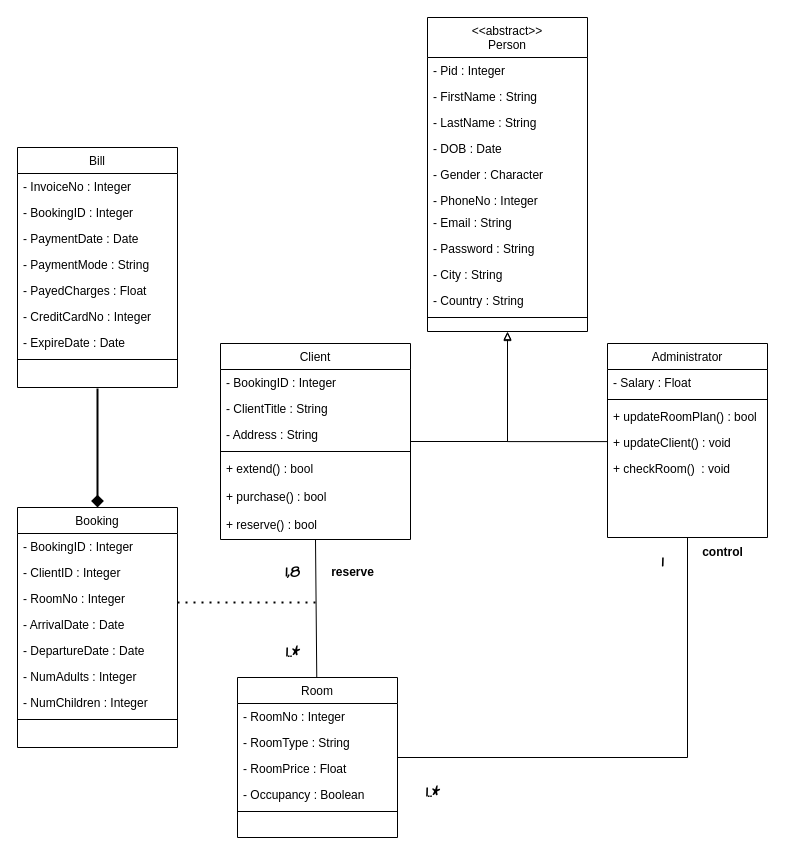
Earlier version of the draw.io diagram UML/HotelClassDiagram.drawio (ayman-gassi/Hotel-management). Source tidied: cells renumbered, new cells numbered last; positions are measured from the earlier drawing's top-left corner, leaving out a move shared by most shapes. Both pictures are drawn from the tidied source at 100%, with x=0, y=0 at pixel (17, 17).
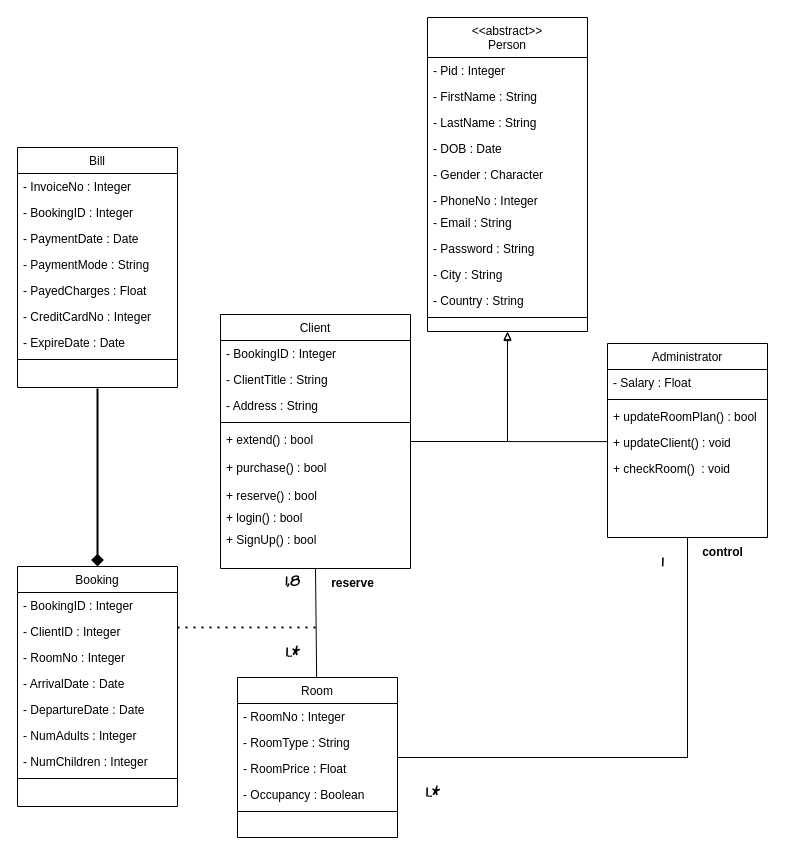
The same page after the edit.

Commit message (it also covers changes not shown here):
UPDATE Sequence DIAGRAM

The edit, as a diff of the source:
```diff
@@
     <mxCell id="2" value="Booking" style="swimlane;fontStyle=0;align=center;verticalAlign=top;horizontal=1;startSize=26;rounded=0;shadow=0;strokeWidth=1;" parent="1" vertex="1">
-      <mxGeometry y="490" width="160" height="240" as="geometry" />
+      <mxGeometry y="549" width="160" height="240" as="geometry" />
     </mxCell>
@@
     <mxCell id="12" value="Client" style="swimlane;fontStyle=0;align=center;verticalAlign=top;horizontal=1;startSize=26;rounded=0;shadow=0;strokeWidth=1;" parent="1" vertex="1">
-      <mxGeometry x="203" y="326" width="190" height="196" as="geometry" />
+      <mxGeometry x="203" y="297" width="190" height="254" as="geometry" />
     </mxCell>
@@
     <mxCell id="19" value="+ reserve() : bool" style="text;align=left;verticalAlign=top;spacingLeft=4;spacingRight=4;overflow=hidden;rounded=0;shadow=0;html=0;" parent="12" vertex="1">
-      <mxGeometry y="168" width="190" height="28" as="geometry" />
+      <mxGeometry y="168" width="190" height="22" as="geometry" />
     </mxCell>
+    <mxCell id="64" value="+ login() : bool" style="text;align=left;verticalAlign=top;spacingLeft=4;spacingRight=4;overflow=hidden;rounded=0;shadow=0;html=0;" parent="12" vertex="1">
+      <mxGeometry y="190" width="190" height="22" as="geometry" />
+    </mxCell>
+    <mxCell id="65" value="+ SignUp() : bool" style="text;align=left;verticalAlign=top;spacingLeft=4;spacingRight=4;overflow=hidden;rounded=0;shadow=0;html=0;" parent="12" vertex="1">
+      <mxGeometry y="212" width="190" height="22" as="geometry" />
+    </mxCell>
@@
     <mxCell id="57" style="endArrow=none;dashed=1;html=1;dashPattern=1 3;strokeWidth=2;rounded=0;" parent="1" edge="1">
       <mxGeometry relative="1" as="geometry">
-        <mxPoint x="160" y="585" as="sourcePoint" />
-        <mxPoint x="300" y="585" as="targetPoint" />
+        <mxPoint x="160" y="610" as="sourcePoint" />
+        <mxPoint x="300" y="610" as="targetPoint" />
       </mxGeometry>
     </mxCell>
     <mxCell id="58" value="reserve" style="text;html=1;align=center;verticalAlign=middle;strokeColor=none;fillColor=none;fontStyle=1;" parent="1" vertex="1">
-      <mxGeometry x="300" y="540" width="70" height="30" as="geometry" />
+      <mxGeometry x="300" y="551" width="70" height="30" as="geometry" />
     </mxCell>
@@
     <mxCell id="60" value="1,8" style="text;html=1;align=center;verticalAlign=middle;strokeColor=none;fillColor=none;fontFamily=Comic Sans MS;fontSize=15;fontStyle=1;" parent="1" vertex="1">
-      <mxGeometry x="250" y="540" width="50" height="30" as="geometry" />
+      <mxGeometry x="250" y="549" width="50" height="30" as="geometry" />
     </mxCell>
```
